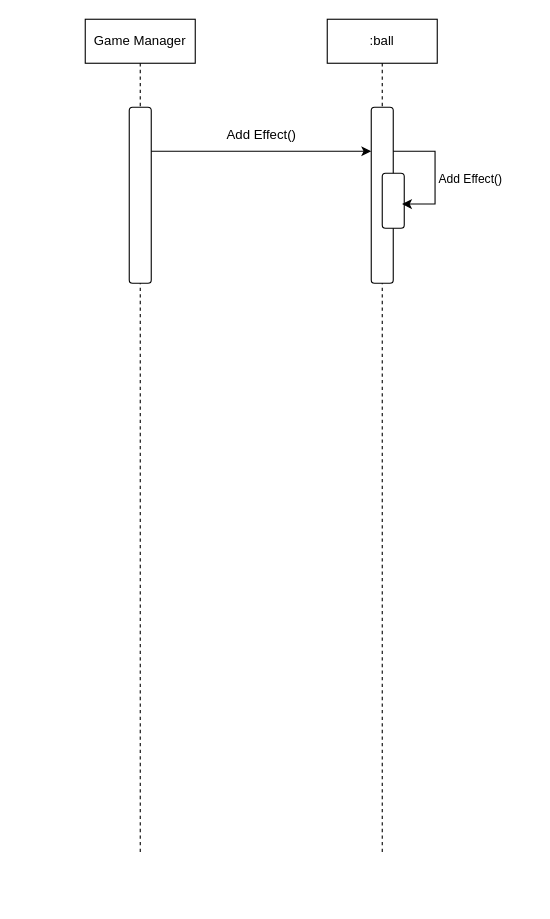
The draw.io diagram real_ball.drawio in YunDamin/DrawIO, before the edit. Source tidied: cells renumbered, new cells numbered last; positions are measured from the earlier drawing's top-left corner, leaving out a move shared by most shapes. Both pictures are drawn from the tidied source at 110%, with x=0, y=0 at pixel (85, 19).
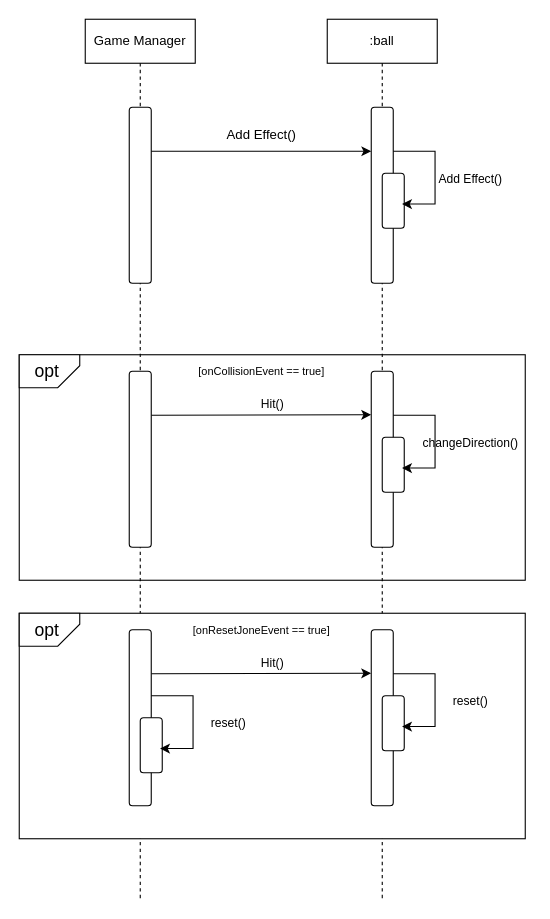
The same diagram, later.

Diff of the diagram source:
```diff
@@
+    <mxCell id="11" style="rounded=0;whiteSpace=wrap;html=1;" parent="1" vertex="1">
+      <mxGeometry x="-60" y="305" width="460" height="205" as="geometry" />
+    </mxCell>
+    <mxCell id="12" style="shape=card;whiteSpace=wrap;html=1;rotation=-180;size=20;" parent="1" vertex="1">
+      <mxGeometry x="-60" y="305" width="55" height="30" as="geometry" />
+    </mxCell>
+    <mxCell id="13" value="opt" style="text;html=1;align=center;verticalAlign=middle;strokeColor=none;fillColor=none;fontSize=16;" parent="1" vertex="1">
+      <mxGeometry x="-60" y="305" width="50" height="30" as="geometry" />
+    </mxCell>
+    <mxCell id="14" value="[onCollisionEvent&amp;nbsp;== true]" style="text;html=1;align=center;verticalAlign=middle;strokeColor=none;fillColor=none;fontSize=10;" parent="1" vertex="1">
+      <mxGeometry x="90" y="305" width="140" height="30" as="geometry" />
+    </mxCell>
+    <mxCell id="15" style="endArrow=classic;html=1;rounded=0;exitX=1;exitY=0.25;exitDx=0;exitDy=0;entryX=-0.003;entryY=0.315;entryDx=0;entryDy=0;entryPerimeter=0;" parent="1" edge="1" source="21">
+      <mxGeometry relative="1" as="geometry">
+        <mxPoint x="259.9" y="359.6" as="targetPoint" />
+      </mxGeometry>
+    </mxCell>
+    <mxCell id="16" value="Hit()" style="text;html=1;align=center;verticalAlign=middle;strokeColor=none;fillColor=none;fontSize=11;" parent="1" vertex="1">
+      <mxGeometry x="150" y="335" width="40" height="30" as="geometry" />
+    </mxCell>
     <mxCell id="2" value="Game Manager" style="shape=umlLifeline;perimeter=lifelinePerimeter;whiteSpace=wrap;html=1;newEdgeStyle={&quot;edgeStyle&quot;:&quot;elbowEdgeStyle&quot;,&quot;elbow&quot;:&quot;vertical&quot;,&quot;curved&quot;:0,&quot;rounded&quot;:0};" parent="1" vertex="1">
-      <mxGeometry width="100" height="760" as="geometry" />
+      <mxGeometry width="100" height="800" as="geometry" />
     </mxCell>
     <mxCell id="3" value=":ball" style="shape=umlLifeline;perimeter=lifelinePerimeter;whiteSpace=wrap;html=1;newEdgeStyle={&quot;edgeStyle&quot;:&quot;elbowEdgeStyle&quot;,&quot;elbow&quot;:&quot;vertical&quot;,&quot;curved&quot;:0,&quot;rounded&quot;:0};" parent="1" vertex="1">
-      <mxGeometry x="220" width="100" height="760" as="geometry" />
+      <mxGeometry x="220" width="100" height="800" as="geometry" />
     </mxCell>
@@
+    <mxCell id="17" style="rounded=1;whiteSpace=wrap;html=1;" parent="1" vertex="1">
+      <mxGeometry x="260" y="320" width="20" height="160" as="geometry" />
+    </mxCell>
+    <mxCell id="18" style="rounded=1;whiteSpace=wrap;html=1;" parent="1" vertex="1">
+      <mxGeometry x="270" y="380" width="20" height="50" as="geometry" />
+    </mxCell>
+    <mxCell id="19" style="endArrow=classic;html=1;rounded=0;exitX=1.1;exitY=0.604;exitDx=0;exitDy=0;exitPerimeter=0;entryX=1;entryY=0.25;entryDx=0;entryDy=0;" parent="1" edge="1">
+      <mxGeometry relative="1" as="geometry">
+        <mxPoint x="280" y="360" as="sourcePoint" />
+        <mxPoint x="288" y="408" as="targetPoint" />
+        <Array as="points">
+          <mxPoint x="318" y="360" />
+          <mxPoint x="318" y="408" />
+        </Array>
+      </mxGeometry>
+    </mxCell>
+    <mxCell id="20" value="changeDirection()" style="text;html=1;align=center;verticalAlign=middle;strokeColor=none;fillColor=none;fontSize=11;" parent="1" vertex="1">
+      <mxGeometry x="295" y="370" width="110" height="30" as="geometry" />
+    </mxCell>
+    <mxCell id="21" style="rounded=1;whiteSpace=wrap;html=1;" parent="1" vertex="1">
+      <mxGeometry x="40" y="320" width="20" height="160" as="geometry" />
+    </mxCell>
+    <mxCell id="22" style="rounded=0;whiteSpace=wrap;html=1;" parent="1" vertex="1">
+      <mxGeometry x="-60" y="540" width="460" height="205" as="geometry" />
+    </mxCell>
+    <mxCell id="23" style="shape=card;whiteSpace=wrap;html=1;rotation=-180;size=20;" parent="1" vertex="1">
+      <mxGeometry x="-60" y="540" width="55" height="30" as="geometry" />
+    </mxCell>
+    <mxCell id="24" value="opt" style="text;html=1;align=center;verticalAlign=middle;strokeColor=none;fillColor=none;fontSize=16;" parent="1" vertex="1">
+      <mxGeometry x="-60" y="540" width="50" height="30" as="geometry" />
+    </mxCell>
+    <mxCell id="25" value="[onResetJoneEvent&amp;nbsp;== true]" style="text;html=1;align=center;verticalAlign=middle;strokeColor=none;fillColor=none;fontSize=10;" parent="1" vertex="1">
+      <mxGeometry x="85" y="540" width="150" height="30" as="geometry" />
+    </mxCell>
+    <mxCell id="26" style="endArrow=classic;html=1;rounded=0;exitX=1;exitY=0.25;exitDx=0;exitDy=0;entryX=-0.003;entryY=0.315;entryDx=0;entryDy=0;entryPerimeter=0;" parent="1" edge="1" source="32">
+      <mxGeometry relative="1" as="geometry">
+        <mxPoint x="259.9" y="594.6" as="targetPoint" />
+      </mxGeometry>
+    </mxCell>
+    <mxCell id="27" value="Hit()" style="text;html=1;align=center;verticalAlign=middle;strokeColor=none;fillColor=none;fontSize=11;" parent="1" vertex="1">
+      <mxGeometry x="150" y="570" width="40" height="30" as="geometry" />
+    </mxCell>
+    <mxCell id="28" style="rounded=1;whiteSpace=wrap;html=1;" parent="1" vertex="1">
+      <mxGeometry x="260" y="555" width="20" height="160" as="geometry" />
+    </mxCell>
+    <mxCell id="29" style="rounded=1;whiteSpace=wrap;html=1;" parent="1" vertex="1">
+      <mxGeometry x="270" y="615" width="20" height="50" as="geometry" />
+    </mxCell>
+    <mxCell id="30" style="endArrow=classic;html=1;rounded=0;exitX=1.1;exitY=0.604;exitDx=0;exitDy=0;exitPerimeter=0;entryX=1;entryY=0.25;entryDx=0;entryDy=0;" parent="1" edge="1">
+      <mxGeometry relative="1" as="geometry">
+        <mxPoint x="280" y="595" as="sourcePoint" />
+        <mxPoint x="288" y="643" as="targetPoint" />
+        <Array as="points">
+          <mxPoint x="318" y="595" />
+          <mxPoint x="318" y="643" />
+        </Array>
+      </mxGeometry>
+    </mxCell>
+    <mxCell id="31" value="reset()" style="text;html=1;align=center;verticalAlign=middle;strokeColor=none;fillColor=none;fontSize=11;" parent="1" vertex="1">
+      <mxGeometry x="320" y="605" width="60" height="30" as="geometry" />
+    </mxCell>
+    <mxCell id="32" style="rounded=1;whiteSpace=wrap;html=1;" parent="1" vertex="1">
+      <mxGeometry x="40" y="555" width="20" height="160" as="geometry" />
+    </mxCell>
+    <mxCell id="33" style="rounded=1;whiteSpace=wrap;html=1;" parent="1" vertex="1">
+      <mxGeometry x="50" y="635" width="20" height="50" as="geometry" />
+    </mxCell>
+    <mxCell id="34" style="endArrow=classic;html=1;rounded=0;exitX=1.1;exitY=0.604;exitDx=0;exitDy=0;exitPerimeter=0;entryX=1;entryY=0.25;entryDx=0;entryDy=0;" parent="1" edge="1">
+      <mxGeometry relative="1" as="geometry">
+        <mxPoint x="60" y="615" as="sourcePoint" />
+        <mxPoint x="68" y="663" as="targetPoint" />
+        <Array as="points">
+          <mxPoint x="98" y="615" />
+          <mxPoint x="98" y="663" />
+        </Array>
+      </mxGeometry>
+    </mxCell>
+    <mxCell id="35" value="reset()" style="text;html=1;align=center;verticalAlign=middle;strokeColor=none;fillColor=none;fontSize=11;" parent="1" vertex="1">
+      <mxGeometry x="100" y="625" width="60" height="30" as="geometry" />
+    </mxCell>
```
